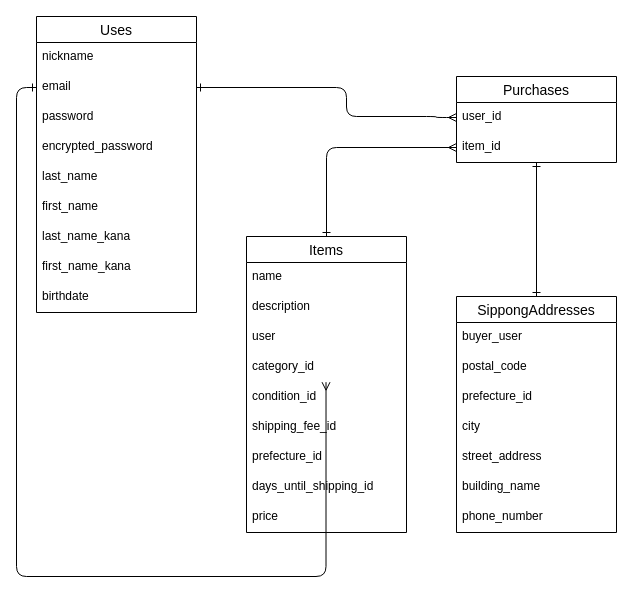
Above: test.dio in n0vska/furima-39444 (draw.io), before the change. Source tidied: cells renumbered, new cells numbered last; positions are measured from the earlier drawing's top-left corner, leaving out a move shared by most shapes. Both pictures are drawn from the tidied source at 100%, with x=0, y=0 at pixel (16, 16).
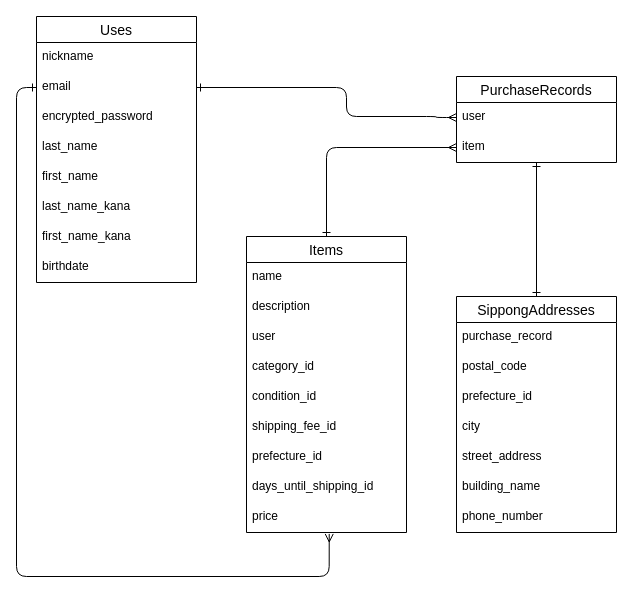
The same diagram, later.

Unchanged cells that the change refers to:
```xml
<mxCell id="4" value="email" style="text;strokeColor=none;fillColor=none;spacingLeft=4;spacingRight=4;overflow=hidden;points=[[0,0.5],[1,0.5]];portConstraint=eastwest;fontSize=12;" parent="2" vertex="1">
  <mxGeometry y="56" width="160" height="30" as="geometry" />
</mxCell>
<mxCell id="19" value="category_id " style="text;strokeColor=none;fillColor=none;spacingLeft=4;spacingRight=4;overflow=hidden;points=[[0,0.5],[1,0.5]];portConstraint=eastwest;fontSize=12;" parent="15" vertex="1">
  <mxGeometry y="116" width="160" height="30" as="geometry" />
</mxCell>
<mxCell id="24" value="price" style="text;strokeColor=none;fillColor=none;spacingLeft=4;spacingRight=4;overflow=hidden;points=[[0,0.5],[1,0.5]];portConstraint=eastwest;fontSize=12;" parent="15" vertex="1">
  <mxGeometry y="266" width="160" height="30" as="geometry" />
</mxCell>
<mxCell id="25" value="SippongAddresses" style="swimlane;fontStyle=0;horizontal=1;startSize=26;align=center;fontSize=14;" parent="1" vertex="1">
  <mxGeometry x="440" y="280" width="160" height="236" as="geometry" />
</mxCell>
```

Diff of the diagram source:
```diff
@@
     <mxCell id="2" value="Uses" style="swimlane;fontStyle=0;horizontal=1;startSize=26;align=center;fontSize=14;" parent="1" vertex="1">
-      <mxGeometry x="20" width="160" height="296" as="geometry" />
+      <mxGeometry x="20" width="160" height="266" as="geometry" />
     </mxCell>
@@
-    <mxCell id="5" value="password" style="text;strokeColor=none;fillColor=none;spacingLeft=4;spacingRight=4;overflow=hidden;fontSize=12;" parent="2" vertex="1">
-      <mxGeometry y="86" width="160" height="30" as="geometry" />
-    </mxCell>
     <mxCell id="6" value="encrypted_password" style="text;strokeColor=none;fillColor=none;spacingLeft=4;spacingRight=4;overflow=hidden;fontSize=12;" parent="2" vertex="1">
-      <mxGeometry y="116" width="160" height="30" as="geometry" />
+      <mxGeometry y="86" width="160" height="30" as="geometry" />
     </mxCell>
     <mxCell id="7" value="last_name" style="text;strokeColor=none;fillColor=none;spacingLeft=4;spacingRight=4;overflow=hidden;fontSize=12;" parent="2" vertex="1">
-      <mxGeometry y="146" width="160" height="30" as="geometry" />
+      <mxGeometry y="116" width="160" height="30" as="geometry" />
     </mxCell>
     <mxCell id="8" value="first_name" style="text;strokeColor=none;fillColor=none;spacingLeft=4;spacingRight=4;overflow=hidden;fontSize=12;" parent="2" vertex="1">
-      <mxGeometry y="176" width="160" height="30" as="geometry" />
+      <mxGeometry y="146" width="160" height="30" as="geometry" />
     </mxCell>
     <mxCell id="9" value="last_name_kana" style="text;strokeColor=none;fillColor=none;spacingLeft=4;spacingRight=4;overflow=hidden;fontSize=12;" parent="2" vertex="1">
-      <mxGeometry y="206" width="160" height="30" as="geometry" />
+      <mxGeometry y="176" width="160" height="30" as="geometry" />
     </mxCell>
     <mxCell id="10" value="first_name_kana" style="text;strokeColor=none;fillColor=none;spacingLeft=4;spacingRight=4;overflow=hidden;fontSize=12;" parent="2" vertex="1">
-      <mxGeometry y="236" width="160" height="30" as="geometry" />
+      <mxGeometry y="206" width="160" height="30" as="geometry" />
     </mxCell>
     <mxCell id="11" value="birthdate" style="text;strokeColor=none;fillColor=none;spacingLeft=4;spacingRight=4;overflow=hidden;fontSize=12;" parent="2" vertex="1">
-      <mxGeometry y="266" width="160" height="30" as="geometry" />
+      <mxGeometry y="236" width="160" height="30" as="geometry" />
     </mxCell>
-    <mxCell id="12" value="Purchases" style="swimlane;fontStyle=0;horizontal=1;startSize=26;align=center;fontSize=14;" parent="1" vertex="1">
+    <mxCell id="12" value="PurchaseRecords" style="swimlane;fontStyle=0;horizontal=1;startSize=26;align=center;fontSize=14;" parent="1" vertex="1">
       <mxGeometry x="440" y="60" width="160" height="86" as="geometry" />
     </mxCell>
-    <mxCell id="13" value="user_id " style="text;strokeColor=none;fillColor=none;spacingLeft=4;spacingRight=4;overflow=hidden;points=[[0,0.5],[1,0.5]];portConstraint=eastwest;fontSize=12;" parent="12" vertex="1">
+    <mxCell id="13" value="user" style="text;strokeColor=none;fillColor=none;spacingLeft=4;spacingRight=4;overflow=hidden;points=[[0,0.5],[1,0.5]];portConstraint=eastwest;fontSize=12;" parent="12" vertex="1">
       <mxGeometry y="26" width="160" height="30" as="geometry" />
     </mxCell>
-    <mxCell id="14" value="item_id " style="text;strokeColor=none;fillColor=none;spacingLeft=4;spacingRight=4;overflow=hidden;points=[[0,0.5],[1,0.5]];portConstraint=eastwest;fontSize=12;" parent="12" vertex="1">
+    <mxCell id="14" value="item" style="text;strokeColor=none;fillColor=none;spacingLeft=4;spacingRight=4;overflow=hidden;points=[[0,0.5],[1,0.5]];portConstraint=eastwest;fontSize=12;" parent="12" vertex="1">
       <mxGeometry y="56" width="160" height="30" as="geometry" />
     </mxCell>
@@
-    <mxCell id="26" value="buyer_user" style="text;strokeColor=none;fillColor=none;spacingLeft=4;spacingRight=4;overflow=hidden;fontSize=12;" parent="25" vertex="1">
-      <mxGeometry y="26" width="160" height="30" as="geometry" />
-    </mxCell>
+    <mxCell id="37" value="purchase_record" style="text;strokeColor=none;fillColor=none;spacingLeft=4;spacingRight=4;overflow=hidden;fontSize=12;" parent="25" vertex="1">
+      <mxGeometry y="26" width="160" height="30" as="geometry" />
+    </mxCell>
@@
-    <mxCell id="34" style="edgeStyle=orthogonalEdgeStyle;fontSize=12;html=1;endArrow=ERmany;entryX=0.497;entryY=0.989;entryDx=0;entryDy=0;exitX=0;exitY=0.5;exitDx=0;exitDy=0;entryPerimeter=0;startArrow=ERone;startFill=0;" parent="1" edge="1" source="4" target="19">
+    <mxCell id="34" style="edgeStyle=orthogonalEdgeStyle;fontSize=12;html=1;endArrow=ERmany;exitX=0;exitY=0.5;exitDx=0;exitDy=0;startArrow=ERone;startFill=0;entryX=0.517;entryY=1.047;entryDx=0;entryDy=0;entryPerimeter=0;" parent="1" edge="1" source="4" target="24">
       <mxGeometry relative="1" as="geometry">
         <Array as="points">
           <mxPoint y="71" />
           <mxPoint y="560" />
-          <mxPoint x="310" y="560" />
+          <mxPoint x="313" y="560" />
         </Array>
       </mxGeometry>
     </mxCell>
```
